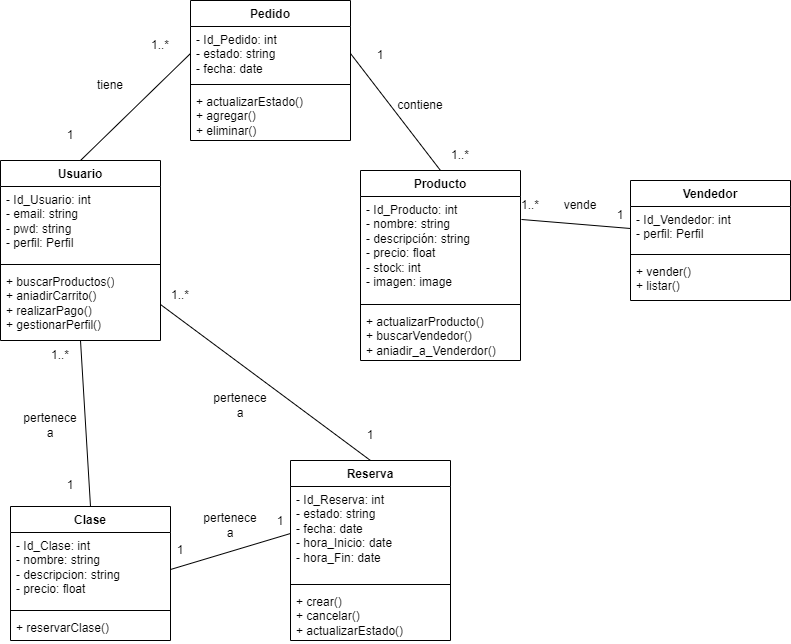
Earlier version of the draw.io export Diagrama_clases.png (OscarELCRACK17/imagen). Source tidied: cells renumbered, new cells last; positions are measured from the earlier drawing's top-left corner, leaving out a move shared by most shapes.
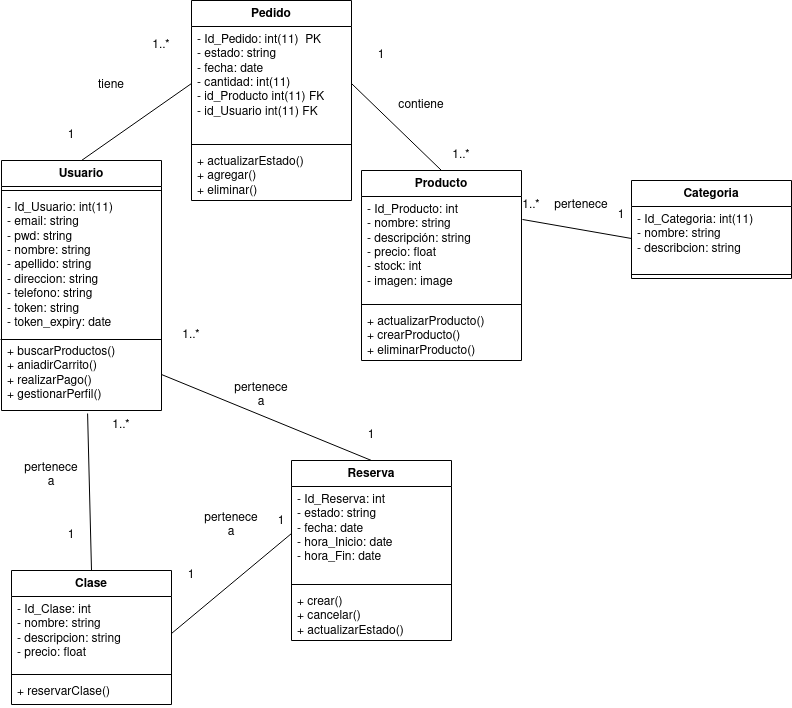
After the commit.

Diff of the diagram source:
```diff
@@ -3,31 +3,34 @@
     <mxCell id="0" />
     <mxCell id="1" parent="0" />
     <mxCell id="2" value="Usuario" style="swimlane;fontStyle=1;align=center;verticalAlign=top;horizontal=1;startSize=26;whiteSpace=wrap;html=1;" parent="1" vertex="1">
-      <mxGeometry y="160" width="160" height="180" as="geometry" />
+      <mxGeometry y="160" width="160" height="250" as="geometry" />
     </mxCell>
+    <mxCell id="4" style="line;strokeWidth=1;fillColor=none;align=left;verticalAlign=middle;spacingTop=-1;spacingLeft=3;spacingRight=3;labelPosition=right;strokeColor=inherit;" parent="2" vertex="1">
+      <mxGeometry y="26" width="160" height="8" as="geometry" />
+    </mxCell>
-    <mxCell id="3" value="- Id_Usuario: int&lt;br&gt;- email: string&lt;br&gt;- pwd: string&lt;br&gt;- perfil: Perfil" style="text;strokeColor=none;fillColor=none;align=left;verticalAlign=top;spacingLeft=4;spacingRight=4;overflow=hidden;whiteSpace=wrap;html=1;" parent="2" vertex="1">
-      <mxGeometry y="26" width="160" height="74" as="geometry" />
+    <mxCell id="3" value="- Id_Usuario: int(11)&lt;br&gt;- email: string&lt;br&gt;- pwd: string&lt;br&gt;&lt;div&gt;- nombre: string&lt;/div&gt;&lt;div&gt;- apellido: string&lt;/div&gt;&lt;div&gt;- direccion: string&lt;/div&gt;&lt;div&gt;- telefono: string&lt;/div&gt;&lt;div&gt;- token: string&lt;/div&gt;&lt;div&gt;- token_expiry: date&lt;br&gt;&lt;/div&gt;" style="text;strokeColor=none;fillColor=none;align=left;verticalAlign=top;spacingLeft=4;spacingRight=4;overflow=hidden;whiteSpace=wrap;html=1;" parent="2" vertex="1">
+      <mxGeometry y="34" width="160" height="144" as="geometry" />
     </mxCell>
-    <mxCell id="4" style="line;strokeWidth=1;fillColor=none;align=left;verticalAlign=middle;spacingTop=-1;spacingLeft=3;spacingRight=3;labelPosition=right;strokeColor=inherit;" parent="2" vertex="1">
-      <mxGeometry y="100" width="160" height="8" as="geometry" />
-    </mxCell>
     <mxCell id="5" value="+ buscarProductos()&lt;br&gt;+ aniadirCarrito()&lt;br&gt;+ realizarPago()&lt;br&gt;+ gestionarPerfil()" style="text;strokeColor=none;fillColor=none;align=left;verticalAlign=top;spacingLeft=4;spacingRight=4;overflow=hidden;points=[[0,0.5],[1,0.5]];portConstraint=eastwest;whiteSpace=wrap;html=1;" parent="2" vertex="1">
-      <mxGeometry y="108" width="160" height="72" as="geometry" />
+      <mxGeometry y="178" width="160" height="72" as="geometry" />
     </mxCell>
+    <mxCell id="50" style="endArrow=none;html=1;rounded=0;exitX=-0.006;exitY=0.014;exitDx=0;exitDy=0;exitPerimeter=0;entryX=1;entryY=0.014;entryDx=0;entryDy=0;entryPerimeter=0;" parent="2" edge="1" source="5" target="5">
+      <mxGeometry relative="1" as="geometry" />
+    </mxCell>
     <mxCell id="6" value="Pedido" style="swimlane;fontStyle=1;align=center;verticalAlign=top;horizontal=1;startSize=26;whiteSpace=wrap;html=1;" parent="1" vertex="1">
-      <mxGeometry x="190" width="160" height="140" as="geometry" />
+      <mxGeometry x="190" width="160" height="200" as="geometry" />
     </mxCell>
-    <mxCell id="7" value="- Id_Pedido: int&lt;br&gt;- estado: string&lt;br&gt;- fecha: date" style="text;strokeColor=none;fillColor=none;align=left;verticalAlign=top;spacingLeft=4;spacingRight=4;overflow=hidden;points=[[0,0.5],[1,0.5]];portConstraint=eastwest;whiteSpace=wrap;html=1;" parent="6" vertex="1">
-      <mxGeometry y="26" width="160" height="54" as="geometry" />
+    <mxCell id="7" value="- Id_Pedido: int(11)&amp;nbsp; PK&lt;br&gt;- estado: string&lt;br&gt;&lt;div&gt;- fecha: date&lt;/div&gt;&lt;div&gt;- cantidad: int(11)&lt;/div&gt;&lt;div&gt;- id_Producto int(11) FK&lt;/div&gt;&lt;div&gt;- id_Usuario int(11) FK&lt;br&gt;&lt;/div&gt;" style="text;strokeColor=none;fillColor=none;align=left;verticalAlign=top;spacingLeft=4;spacingRight=4;overflow=hidden;points=[[0,0.5],[1,0.5]];portConstraint=eastwest;whiteSpace=wrap;html=1;" parent="6" vertex="1">
+      <mxGeometry y="26" width="160" height="114" as="geometry" />
     </mxCell>
     <mxCell id="8" style="line;strokeWidth=1;fillColor=none;align=left;verticalAlign=middle;spacingTop=-1;spacingLeft=3;spacingRight=3;labelPosition=right;strokeColor=inherit;" parent="6" vertex="1">
-      <mxGeometry y="80" width="160" height="8" as="geometry" />
+      <mxGeometry y="140" width="160" height="8" as="geometry" />
     </mxCell>
     <mxCell id="9" value="+ actualizarEstado()&lt;br&gt;+ agregar()&lt;br&gt;+ eliminar()" style="text;strokeColor=none;fillColor=none;align=left;verticalAlign=top;spacingLeft=4;spacingRight=4;overflow=hidden;whiteSpace=wrap;html=1;" parent="6" vertex="1">
-      <mxGeometry y="88" width="160" height="52" as="geometry" />
+      <mxGeometry y="148" width="160" height="52" as="geometry" />
     </mxCell>
     <mxCell id="10" value="Clase" style="swimlane;fontStyle=1;align=center;verticalAlign=top;horizontal=1;startSize=26;whiteSpace=wrap;html=1;" parent="1" vertex="1">
-      <mxGeometry x="10" y="506" width="160" height="134" as="geometry" />
+      <mxGeometry x="10" y="570" width="160" height="134" as="geometry" />
     </mxCell>
     <mxCell id="11" value="- Id_Clase: int&lt;br&gt;- nombre: string&lt;br&gt;- descripcion: string&lt;br&gt;- precio: float" style="text;strokeColor=none;fillColor=none;align=left;verticalAlign=top;spacingLeft=4;spacingRight=4;overflow=hidden;points=[[0,0.5],[1,0.5]];portConstraint=eastwest;whiteSpace=wrap;html=1;" parent="10" vertex="1">
       <mxGeometry y="26" width="160" height="74" as="geometry" />
@@ -47,7 +50,7 @@
     <mxCell id="16" style="line;strokeWidth=1;fillColor=none;align=left;verticalAlign=middle;spacingTop=-1;spacingLeft=3;spacingRight=3;labelPosition=right;strokeColor=inherit;" parent="14" vertex="1">
       <mxGeometry y="130" width="160" height="8" as="geometry" />
     </mxCell>
-    <mxCell id="17" value="+ actualizarProducto()&lt;br&gt;+ buscarVendedor()&lt;br&gt;+ aniadir_a_Venderdor()" style="text;strokeColor=none;fillColor=none;align=left;verticalAlign=top;spacingLeft=4;spacingRight=4;overflow=hidden;whiteSpace=wrap;html=1;" parent="14" vertex="1">
+    <mxCell id="17" value="+ actualizarProducto()&lt;br&gt;&lt;div&gt;+ crearProducto()&lt;/div&gt;&lt;div&gt;+ eliminarProducto()&lt;br&gt;&lt;/div&gt;" style="text;strokeColor=none;fillColor=none;align=left;verticalAlign=top;spacingLeft=4;spacingRight=4;overflow=hidden;whiteSpace=wrap;html=1;" parent="14" vertex="1">
       <mxGeometry y="138" width="160" height="52" as="geometry" />
     </mxCell>
     <mxCell id="18" value="Reserva" style="swimlane;fontStyle=1;align=center;verticalAlign=top;horizontal=1;startSize=26;whiteSpace=wrap;html=1;" parent="1" vertex="1">
@@ -62,18 +65,15 @@
     <mxCell id="21" value="+ crear()&lt;br&gt;+ cancelar()&lt;br&gt;+ actualizarEstado()" style="text;strokeColor=none;fillColor=none;align=left;verticalAlign=top;spacingLeft=4;spacingRight=4;overflow=hidden;whiteSpace=wrap;html=1;" parent="18" vertex="1">
       <mxGeometry y="128" width="160" height="52" as="geometry" />
     </mxCell>
-    <mxCell id="22" value="Vendedor" style="swimlane;fontStyle=1;align=center;verticalAlign=top;horizontal=1;startSize=26;whiteSpace=wrap;html=1;" parent="1" vertex="1">
-      <mxGeometry x="630" y="180" width="160" height="120" as="geometry" />
+    <mxCell id="22" value="Categoria" style="swimlane;fontStyle=1;align=center;verticalAlign=top;horizontal=1;startSize=26;whiteSpace=wrap;html=1;" parent="1" vertex="1">
+      <mxGeometry x="630" y="180" width="160" height="98" as="geometry" />
     </mxCell>
-    <mxCell id="23" value="- Id_Vendedor: int&lt;br&gt;- perfil: Perfil" style="text;strokeColor=none;fillColor=none;align=left;verticalAlign=top;spacingLeft=4;spacingRight=4;overflow=hidden;points=[[0,0.5],[1,0.5]];portConstraint=eastwest;whiteSpace=wrap;html=1;" parent="22" vertex="1">
-      <mxGeometry y="26" width="160" height="44" as="geometry" />
+    <mxCell id="23" value="- Id_Categoria: int(11)&lt;br&gt;&lt;div&gt;- nombre: string&lt;/div&gt;&lt;div&gt;- describcion: string&lt;br&gt;&lt;/div&gt;" style="text;strokeColor=none;fillColor=none;align=left;verticalAlign=top;spacingLeft=4;spacingRight=4;overflow=hidden;points=[[0,0.5],[1,0.5]];portConstraint=eastwest;whiteSpace=wrap;html=1;" parent="22" vertex="1">
+      <mxGeometry y="26" width="160" height="64" as="geometry" />
     </mxCell>
     <mxCell id="24" style="line;strokeWidth=1;fillColor=none;align=left;verticalAlign=middle;spacingTop=-1;spacingLeft=3;spacingRight=3;labelPosition=right;strokeColor=inherit;" parent="22" vertex="1">
-      <mxGeometry y="70" width="160" height="8" as="geometry" />
+      <mxGeometry y="90" width="160" height="8" as="geometry" />
     </mxCell>
-    <mxCell id="25" value="+ vender()&lt;br&gt;+ listar()" style="text;strokeColor=none;fillColor=none;align=left;verticalAlign=top;spacingLeft=4;spacingRight=4;overflow=hidden;whiteSpace=wrap;html=1;" parent="22" vertex="1">
-      <mxGeometry y="78" width="160" height="42" as="geometry" />
-    </mxCell>
     <mxCell id="26" style="endArrow=none;html=1;rounded=0;entryX=0;entryY=0.5;entryDx=0;entryDy=0;exitX=1.006;exitY=0.221;exitDx=0;exitDy=0;exitPerimeter=0;" parent="1" edge="1" source="15" target="23">
       <mxGeometry relative="1" as="geometry" />
     </mxCell>
@@ -89,16 +89,14 @@
     <mxCell id="30" style="endArrow=none;html=1;rounded=0;entryX=0;entryY=0.5;entryDx=0;entryDy=0;exitX=0.5;exitY=0;exitDx=0;exitDy=0;" parent="1" edge="1" source="2" target="7">
       <mxGeometry relative="1" as="geometry" />
     </mxCell>
-    <mxCell id="31" style="endArrow=none;html=1;rounded=0;exitX=0.5;exitY=0;exitDx=0;exitDy=0;" parent="1" edge="1" source="10">
-      <mxGeometry relative="1" as="geometry">
-        <mxPoint x="80" y="340" as="targetPoint" />
-      </mxGeometry>
+    <mxCell id="31" style="endArrow=none;html=1;rounded=0;exitX=0.5;exitY=0;exitDx=0;exitDy=0;entryX=0.538;entryY=1.042;entryDx=0;entryDy=0;entryPerimeter=0;" parent="1" edge="1" source="10" target="5">
+      <mxGeometry relative="1" as="geometry" />
     </mxCell>
     <mxCell id="32" value="1" style="text;html=1;strokeColor=none;fillColor=none;align=center;verticalAlign=middle;whiteSpace=wrap;rounded=0;" parent="1" vertex="1">
-      <mxGeometry x="40" y="470" width="60" height="30" as="geometry" />
+      <mxGeometry x="40" y="520" width="60" height="30" as="geometry" />
     </mxCell>
     <mxCell id="33" value="1..*" style="text;html=1;strokeColor=none;fillColor=none;align=center;verticalAlign=middle;whiteSpace=wrap;rounded=0;" parent="1" vertex="1">
-      <mxGeometry x="30" y="340" width="60" height="30" as="geometry" />
+      <mxGeometry x="90" y="410" width="60" height="30" as="geometry" />
     </mxCell>
     <mxCell id="34" value="1" style="text;html=1;strokeColor=none;fillColor=none;align=center;verticalAlign=middle;whiteSpace=wrap;rounded=0;" parent="1" vertex="1">
       <mxGeometry x="40" y="120" width="60" height="30" as="geometry" />
@@ -122,19 +120,19 @@
       <mxGeometry x="340" y="420" width="60" height="30" as="geometry" />
     </mxCell>
     <mxCell id="41" value="1..*" style="text;html=1;strokeColor=none;fillColor=none;align=center;verticalAlign=middle;whiteSpace=wrap;rounded=0;" parent="1" vertex="1">
-      <mxGeometry x="150" y="280" width="60" height="30" as="geometry" />
+      <mxGeometry x="160" y="320" width="60" height="30" as="geometry" />
     </mxCell>
     <mxCell id="42" value="1" style="text;html=1;strokeColor=none;fillColor=none;align=center;verticalAlign=middle;whiteSpace=wrap;rounded=0;" parent="1" vertex="1">
       <mxGeometry x="250" y="506" width="60" height="30" as="geometry" />
     </mxCell>
     <mxCell id="43" value="1" style="text;html=1;strokeColor=none;fillColor=none;align=center;verticalAlign=middle;whiteSpace=wrap;rounded=0;" parent="1" vertex="1">
-      <mxGeometry x="150" y="535" width="60" height="30" as="geometry" />
+      <mxGeometry x="160" y="560" width="60" height="30" as="geometry" />
     </mxCell>
     <mxCell id="44" value="pertenece a" style="text;html=1;strokeColor=none;fillColor=none;align=center;verticalAlign=middle;whiteSpace=wrap;rounded=0;" parent="1" vertex="1">
-      <mxGeometry x="20" y="410" width="60" height="30" as="geometry" />
+      <mxGeometry x="20" y="460" width="60" height="30" as="geometry" />
     </mxCell>
     <mxCell id="45" value="pertenece a" style="text;html=1;strokeColor=none;fillColor=none;align=center;verticalAlign=middle;whiteSpace=wrap;rounded=0;" parent="1" vertex="1">
-      <mxGeometry x="210" y="390" width="60" height="30" as="geometry" />
+      <mxGeometry x="230" y="380" width="60" height="30" as="geometry" />
     </mxCell>
     <mxCell id="46" value="pertenece a" style="text;html=1;strokeColor=none;fillColor=none;align=center;verticalAlign=middle;whiteSpace=wrap;rounded=0;" parent="1" vertex="1">
       <mxGeometry x="200" y="510" width="60" height="30" as="geometry" />
@@ -145,7 +143,7 @@
     <mxCell id="48" value="contiene" style="text;html=1;strokeColor=none;fillColor=none;align=center;verticalAlign=middle;whiteSpace=wrap;rounded=0;" parent="1" vertex="1">
       <mxGeometry x="390" y="90" width="60" height="30" as="geometry" />
     </mxCell>
-    <mxCell id="49" value="vende" style="text;html=1;strokeColor=none;fillColor=none;align=center;verticalAlign=middle;whiteSpace=wrap;rounded=0;" parent="1" vertex="1">
+    <mxCell id="49" value="pertenece" style="text;html=1;strokeColor=none;fillColor=none;align=center;verticalAlign=middle;whiteSpace=wrap;rounded=0;" parent="1" vertex="1">
       <mxGeometry x="550" y="190" width="60" height="30" as="geometry" />
     </mxCell>
   </root>
```
